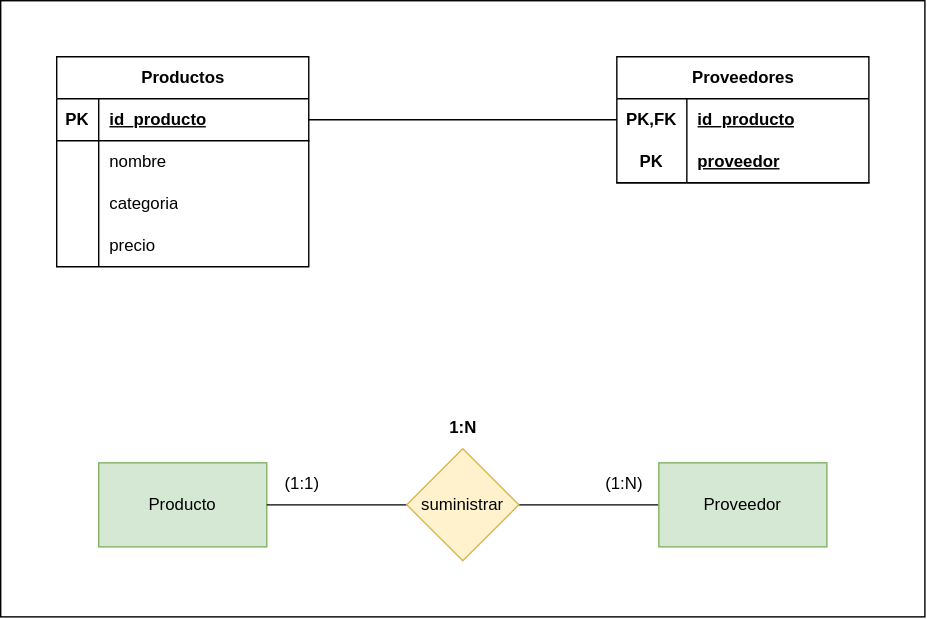
This is DAW/BAE/Unidad-2/Tarea-6/Assets/Diagrams/lista_de_productos.drawio.svg from FJrodafo/University, a draw.io export, as it was before one commit. Source tidied: cells renumbered, new cells last; positions are measured from the earlier drawing's top-left corner, leaving out a move shared by most shapes. Source of this version:
```xml
<mxGraphModel>
  <root>
    <mxCell id="0" />
    <mxCell id="1" parent="0" />
    <mxCell id="2" style="group;" parent="1" vertex="1">
      <mxGeometry width="660" height="440" as="geometry" />
    </mxCell>
    <mxCell id="3" style="rounded=0;whiteSpace=wrap;html=1;" parent="2" vertex="1">
      <mxGeometry width="660" height="440" as="geometry" />
    </mxCell>
    <mxCell id="4" value="Producto" style="rounded=0;whiteSpace=wrap;html=1;fillColor=#d5e8d4;strokeColor=#82b366;" parent="2" vertex="1">
      <mxGeometry x="70" y="330" width="120" height="60" as="geometry" />
    </mxCell>
    <mxCell id="5" style="edgeStyle=orthogonalEdgeStyle;rounded=0;jettySize=auto;html=1;exitX=1;exitY=0.5;exitDx=0;exitDy=0;entryX=0;entryY=0.5;entryDx=0;entryDy=0;endArrow=none;startFill=0;" parent="2" edge="1" source="7" target="8">
      <mxGeometry relative="1" as="geometry" />
    </mxCell>
    <mxCell id="6" style="edgeStyle=orthogonalEdgeStyle;rounded=0;jettySize=auto;html=1;exitX=0;exitY=0.5;exitDx=0;exitDy=0;entryX=1;entryY=0.5;entryDx=0;entryDy=0;endArrow=none;startFill=0;" parent="2" edge="1" source="7" target="4">
      <mxGeometry relative="1" as="geometry" />
    </mxCell>
    <mxCell id="7" value="suministrar" style="rhombus;whiteSpace=wrap;html=1;fillColor=#fff2cc;strokeColor=#d6b656;" parent="2" vertex="1">
      <mxGeometry x="290" y="320" width="80" height="80" as="geometry" />
    </mxCell>
    <mxCell id="8" value="Proveedor" style="rounded=0;whiteSpace=wrap;html=1;fillColor=#d5e8d4;strokeColor=#82b366;" parent="2" vertex="1">
      <mxGeometry x="470" y="330" width="120" height="60" as="geometry" />
    </mxCell>
    <mxCell id="9" value="Productos" style="shape=table;startSize=30;rowLines=0;fontStyle=1;align=center;html=1;" parent="2" vertex="1">
      <mxGeometry x="40" y="40" width="180" height="150" as="geometry" />
    </mxCell>
    <mxCell id="10" style="shape=tableRow;horizontal=0;startSize=0;swimlaneHead=0;swimlaneBody=0;fillColor=none;points=[[0,0.5],[1,0.5]];portConstraint=eastwest;top=0;left=0;right=0;bottom=1;" parent="9" vertex="1">
      <mxGeometry y="30" width="180" height="30" as="geometry" />
    </mxCell>
    <mxCell id="11" value="PK" style="shape=partialRectangle;fillColor=none;top=0;left=0;bottom=0;right=0;fontStyle=1;overflow=hidden;whiteSpace=wrap;html=1;" parent="10" vertex="1">
      <mxGeometry width="30" height="30" as="geometry" />
    </mxCell>
    <mxCell id="12" value="id_producto" style="shape=partialRectangle;fillColor=none;top=0;left=0;bottom=0;right=0;align=left;spacingLeft=6;fontStyle=5;overflow=hidden;whiteSpace=wrap;html=1;" parent="10" vertex="1">
      <mxGeometry x="30" width="150" height="30" as="geometry" />
    </mxCell>
    <mxCell id="13" style="shape=tableRow;horizontal=0;startSize=0;swimlaneHead=0;swimlaneBody=0;fillColor=none;top=0;left=0;right=0;bottom=0;" parent="9" vertex="1">
      <mxGeometry y="60" width="180" height="30" as="geometry" />
    </mxCell>
    <mxCell id="14" style="shape=partialRectangle;fillColor=none;top=0;left=0;bottom=0;right=0;overflow=hidden;whiteSpace=wrap;html=1;" parent="13" vertex="1">
      <mxGeometry width="30" height="30" as="geometry" />
    </mxCell>
    <mxCell id="15" value="nombre" style="shape=partialRectangle;fillColor=none;top=0;left=0;bottom=0;right=0;align=left;spacingLeft=6;overflow=hidden;whiteSpace=wrap;html=1;" parent="13" vertex="1">
      <mxGeometry x="30" width="150" height="30" as="geometry" />
    </mxCell>
    <mxCell id="16" style="shape=tableRow;horizontal=0;startSize=0;swimlaneHead=0;swimlaneBody=0;fillColor=none;top=0;left=0;right=0;bottom=0;" parent="9" vertex="1">
      <mxGeometry y="90" width="180" height="30" as="geometry" />
    </mxCell>
    <mxCell id="17" style="shape=partialRectangle;fillColor=none;top=0;left=0;bottom=0;right=0;overflow=hidden;whiteSpace=wrap;html=1;" parent="16" vertex="1">
      <mxGeometry width="30" height="30" as="geometry" />
    </mxCell>
    <mxCell id="18" value="categoria" style="shape=partialRectangle;fillColor=none;top=0;left=0;bottom=0;right=0;align=left;spacingLeft=6;overflow=hidden;whiteSpace=wrap;html=1;" parent="16" vertex="1">
      <mxGeometry x="30" width="150" height="30" as="geometry" />
    </mxCell>
    <mxCell id="19" style="shape=tableRow;horizontal=0;startSize=0;swimlaneHead=0;swimlaneBody=0;fillColor=none;top=0;left=0;right=0;bottom=0;" parent="9" vertex="1">
      <mxGeometry y="120" width="180" height="30" as="geometry" />
    </mxCell>
    <mxCell id="20" style="shape=partialRectangle;fillColor=none;top=0;left=0;bottom=0;right=0;overflow=hidden;whiteSpace=wrap;html=1;" parent="19" vertex="1">
      <mxGeometry width="30" height="30" as="geometry" />
    </mxCell>
    <mxCell id="21" value="precio" style="shape=partialRectangle;fillColor=none;top=0;left=0;bottom=0;right=0;align=left;spacingLeft=6;overflow=hidden;whiteSpace=wrap;html=1;" parent="19" vertex="1">
      <mxGeometry x="30" width="150" height="30" as="geometry" />
    </mxCell>
    <mxCell id="22" value="Proveedores" style="shape=table;startSize=30;rowLines=0;fontStyle=1;align=center;html=1;" parent="2" vertex="1">
      <mxGeometry x="440" y="40" width="180" height="90" as="geometry" />
    </mxCell>
    <mxCell id="23" style="shape=tableRow;horizontal=0;startSize=0;swimlaneHead=0;swimlaneBody=0;fillColor=none;points=[[0,0.5],[1,0.5]];portConstraint=eastwest;top=0;left=0;right=0;bottom=0;" parent="22" vertex="1">
      <mxGeometry y="30" width="180" height="30" as="geometry" />
    </mxCell>
    <mxCell id="24" value="PK,FK" style="shape=partialRectangle;fillColor=none;top=0;left=0;bottom=0;right=0;fontStyle=1;overflow=hidden;whiteSpace=wrap;html=1;" parent="23" vertex="1">
      <mxGeometry width="50" height="30" as="geometry" />
    </mxCell>
    <mxCell id="25" value="id_producto" style="shape=partialRectangle;fillColor=none;top=0;left=0;bottom=0;right=0;align=left;spacingLeft=6;fontStyle=5;overflow=hidden;whiteSpace=wrap;html=1;" parent="23" vertex="1">
      <mxGeometry x="50" width="130" height="30" as="geometry" />
    </mxCell>
    <mxCell id="26" style="shape=tableRow;horizontal=0;startSize=0;swimlaneHead=0;swimlaneBody=0;fillColor=none;points=[[0,0.5],[1,0.5]];portConstraint=eastwest;top=0;left=0;right=0;bottom=1;" parent="22" vertex="1">
      <mxGeometry y="60" width="180" height="30" as="geometry" />
    </mxCell>
    <mxCell id="27" value="PK" style="shape=partialRectangle;fillColor=none;top=0;left=0;bottom=0;right=0;fontStyle=1;overflow=hidden;whiteSpace=wrap;html=1;" parent="26" vertex="1">
      <mxGeometry width="50" height="30" as="geometry" />
    </mxCell>
    <mxCell id="28" value="proveedor" style="shape=partialRectangle;fillColor=none;top=0;left=0;bottom=0;right=0;align=left;spacingLeft=6;fontStyle=5;overflow=hidden;whiteSpace=wrap;html=1;" parent="26" vertex="1">
      <mxGeometry x="50" width="130" height="30" as="geometry" />
    </mxCell>
    <mxCell id="29" style="edgeStyle=orthogonalEdgeStyle;rounded=0;jettySize=auto;html=1;exitX=1;exitY=0.5;exitDx=0;exitDy=0;entryX=0;entryY=0.5;entryDx=0;entryDy=0;endArrow=none;startFill=0;" parent="2" edge="1" source="10" target="23">
      <mxGeometry relative="1" as="geometry" />
    </mxCell>
    <mxCell id="30" value="(1:N)" style="text;html=1;align=center;verticalAlign=middle;strokeColor=none;fillColor=none;" parent="2" vertex="1">
      <mxGeometry x="420" y="330" width="50" height="30" as="geometry" />
    </mxCell>
    <mxCell id="31" value="(1:1)" style="text;html=1;align=center;verticalAlign=middle;strokeColor=none;fillColor=none;" parent="2" vertex="1">
      <mxGeometry x="190" y="330" width="50" height="30" as="geometry" />
    </mxCell>
    <mxCell id="32" value="1:N" style="text;html=1;align=center;verticalAlign=middle;strokeColor=none;fillColor=none;fontStyle=1;" parent="2" vertex="1">
      <mxGeometry x="310" y="290" width="40" height="30" as="geometry" />
    </mxCell>
  </root>
</mxGraphModel>
```
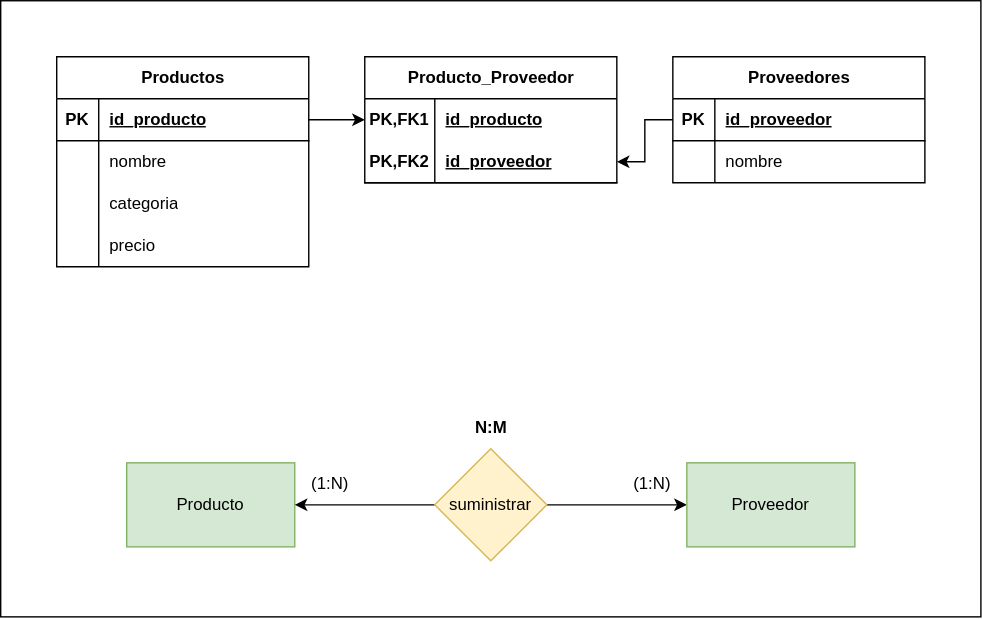
Later version of the same file.

Change to the diagram source:
```diff
@@ -2,28 +2,28 @@
   <root>
     <mxCell id="0" />
     <mxCell id="1" parent="0" />
-    <mxCell id="2" style="group;" parent="1" vertex="1">
-      <mxGeometry width="660" height="440" as="geometry" />
-    </mxCell>
-    <mxCell id="3" style="rounded=0;whiteSpace=wrap;html=1;" parent="2" vertex="1">
-      <mxGeometry width="660" height="440" as="geometry" />
-    </mxCell>
+    <mxCell id="33" style="group;" parent="1" vertex="1">
+      <mxGeometry width="700" height="440" as="geometry" />
+    </mxCell>
+    <mxCell id="34" style="rounded=0;whiteSpace=wrap;html=1;" parent="33" vertex="1">
+      <mxGeometry width="700" height="440" as="geometry" />
+    </mxCell>
-    <mxCell id="4" value="Producto" style="rounded=0;whiteSpace=wrap;html=1;fillColor=#d5e8d4;strokeColor=#82b366;" parent="2" vertex="1">
-      <mxGeometry x="70" y="330" width="120" height="60" as="geometry" />
+    <mxCell id="4" value="Producto" style="rounded=0;whiteSpace=wrap;html=1;fillColor=#d5e8d4;strokeColor=#82b366;" parent="33" vertex="1">
+      <mxGeometry x="90" y="330" width="120" height="60" as="geometry" />
     </mxCell>
+    <mxCell id="6" style="edgeStyle=orthogonalEdgeStyle;rounded=0;jettySize=auto;html=1;exitX=0;exitY=0.5;exitDx=0;exitDy=0;entryX=1;entryY=0.5;entryDx=0;entryDy=0;" parent="33" edge="1" source="7" target="4">
+      <mxGeometry relative="1" as="geometry" />
+    </mxCell>
-    <mxCell id="5" style="edgeStyle=orthogonalEdgeStyle;rounded=0;jettySize=auto;html=1;exitX=1;exitY=0.5;exitDx=0;exitDy=0;entryX=0;entryY=0.5;entryDx=0;entryDy=0;endArrow=none;startFill=0;" parent="2" edge="1" source="7" target="8">
+    <mxCell id="5" style="edgeStyle=orthogonalEdgeStyle;rounded=0;jettySize=auto;html=1;exitX=1;exitY=0.5;exitDx=0;exitDy=0;entryX=0;entryY=0.5;entryDx=0;entryDy=0;" parent="33" edge="1" source="7" target="8">
       <mxGeometry relative="1" as="geometry" />
     </mxCell>
-    <mxCell id="6" style="edgeStyle=orthogonalEdgeStyle;rounded=0;jettySize=auto;html=1;exitX=0;exitY=0.5;exitDx=0;exitDy=0;entryX=1;entryY=0.5;entryDx=0;entryDy=0;endArrow=none;startFill=0;" parent="2" edge="1" source="7" target="4">
-      <mxGeometry relative="1" as="geometry" />
-    </mxCell>
-    <mxCell id="7" value="suministrar" style="rhombus;whiteSpace=wrap;html=1;fillColor=#fff2cc;strokeColor=#d6b656;" parent="2" vertex="1">
-      <mxGeometry x="290" y="320" width="80" height="80" as="geometry" />
+    <mxCell id="7" value="suministrar" style="rhombus;whiteSpace=wrap;html=1;fillColor=#fff2cc;strokeColor=#d6b656;" parent="33" vertex="1">
+      <mxGeometry x="310" y="320" width="80" height="80" as="geometry" />
     </mxCell>
-    <mxCell id="8" value="Proveedor" style="rounded=0;whiteSpace=wrap;html=1;fillColor=#d5e8d4;strokeColor=#82b366;" parent="2" vertex="1">
-      <mxGeometry x="470" y="330" width="120" height="60" as="geometry" />
+    <mxCell id="8" value="Proveedor" style="rounded=0;whiteSpace=wrap;html=1;fillColor=#d5e8d4;strokeColor=#82b366;" parent="33" vertex="1">
+      <mxGeometry x="490" y="330" width="120" height="60" as="geometry" />
     </mxCell>
-    <mxCell id="9" value="Productos" style="shape=table;startSize=30;rowLines=0;fontStyle=1;align=center;html=1;" parent="2" vertex="1">
+    <mxCell id="9" value="Productos" style="shape=table;startSize=30;rowLines=0;fontStyle=1;align=center;html=1;" parent="33" vertex="1">
       <mxGeometry x="40" y="40" width="180" height="150" as="geometry" />
     </mxCell>
     <mxCell id="10" style="shape=tableRow;horizontal=0;startSize=0;swimlaneHead=0;swimlaneBody=0;fillColor=none;points=[[0,0.5],[1,0.5]];portConstraint=eastwest;top=0;left=0;right=0;bottom=1;" parent="9" vertex="1">
@@ -62,38 +62,62 @@
     <mxCell id="21" value="precio" style="shape=partialRectangle;fillColor=none;top=0;left=0;bottom=0;right=0;align=left;spacingLeft=6;overflow=hidden;whiteSpace=wrap;html=1;" parent="19" vertex="1">
       <mxGeometry x="30" width="150" height="30" as="geometry" />
     </mxCell>
-    <mxCell id="22" value="Proveedores" style="shape=table;startSize=30;rowLines=0;fontStyle=1;align=center;html=1;" parent="2" vertex="1">
-      <mxGeometry x="440" y="40" width="180" height="90" as="geometry" />
-    </mxCell>
-    <mxCell id="23" style="shape=tableRow;horizontal=0;startSize=0;swimlaneHead=0;swimlaneBody=0;fillColor=none;points=[[0,0.5],[1,0.5]];portConstraint=eastwest;top=0;left=0;right=0;bottom=0;" parent="22" vertex="1">
-      <mxGeometry y="30" width="180" height="30" as="geometry" />
-    </mxCell>
-    <mxCell id="24" value="PK,FK" style="shape=partialRectangle;fillColor=none;top=0;left=0;bottom=0;right=0;fontStyle=1;overflow=hidden;whiteSpace=wrap;html=1;" parent="23" vertex="1">
-      <mxGeometry width="50" height="30" as="geometry" />
-    </mxCell>
-    <mxCell id="25" value="id_producto" style="shape=partialRectangle;fillColor=none;top=0;left=0;bottom=0;right=0;align=left;spacingLeft=6;fontStyle=5;overflow=hidden;whiteSpace=wrap;html=1;" parent="23" vertex="1">
-      <mxGeometry x="50" width="130" height="30" as="geometry" />
-    </mxCell>
-    <mxCell id="26" style="shape=tableRow;horizontal=0;startSize=0;swimlaneHead=0;swimlaneBody=0;fillColor=none;points=[[0,0.5],[1,0.5]];portConstraint=eastwest;top=0;left=0;right=0;bottom=1;" parent="22" vertex="1">
-      <mxGeometry y="60" width="180" height="30" as="geometry" />
-    </mxCell>
-    <mxCell id="27" value="PK" style="shape=partialRectangle;fillColor=none;top=0;left=0;bottom=0;right=0;fontStyle=1;overflow=hidden;whiteSpace=wrap;html=1;" parent="26" vertex="1">
-      <mxGeometry width="50" height="30" as="geometry" />
-    </mxCell>
-    <mxCell id="28" value="proveedor" style="shape=partialRectangle;fillColor=none;top=0;left=0;bottom=0;right=0;align=left;spacingLeft=6;fontStyle=5;overflow=hidden;whiteSpace=wrap;html=1;" parent="26" vertex="1">
-      <mxGeometry x="50" width="130" height="30" as="geometry" />
-    </mxCell>
-    <mxCell id="29" style="edgeStyle=orthogonalEdgeStyle;rounded=0;jettySize=auto;html=1;exitX=1;exitY=0.5;exitDx=0;exitDy=0;entryX=0;entryY=0.5;entryDx=0;entryDy=0;endArrow=none;startFill=0;" parent="2" edge="1" source="10" target="23">
-      <mxGeometry relative="1" as="geometry" />
-    </mxCell>
-    <mxCell id="30" value="(1:N)" style="text;html=1;align=center;verticalAlign=middle;strokeColor=none;fillColor=none;" parent="2" vertex="1">
-      <mxGeometry x="420" y="330" width="50" height="30" as="geometry" />
+    <mxCell id="30" value="(1:N)" style="text;html=1;align=center;verticalAlign=middle;strokeColor=none;fillColor=none;" parent="33" vertex="1">
+      <mxGeometry x="440" y="330" width="50" height="30" as="geometry" />
     </mxCell>
-    <mxCell id="31" value="(1:1)" style="text;html=1;align=center;verticalAlign=middle;strokeColor=none;fillColor=none;" parent="2" vertex="1">
-      <mxGeometry x="190" y="330" width="50" height="30" as="geometry" />
+    <mxCell id="31" value="(1:N)" style="text;html=1;align=center;verticalAlign=middle;strokeColor=none;fillColor=none;" parent="33" vertex="1">
+      <mxGeometry x="210" y="330" width="50" height="30" as="geometry" />
     </mxCell>
-    <mxCell id="32" value="1:N" style="text;html=1;align=center;verticalAlign=middle;strokeColor=none;fillColor=none;fontStyle=1;" parent="2" vertex="1">
-      <mxGeometry x="310" y="290" width="40" height="30" as="geometry" />
+    <mxCell id="32" value="N:M" style="text;html=1;align=center;verticalAlign=middle;strokeColor=none;fillColor=none;fontStyle=1;" parent="33" vertex="1">
+      <mxGeometry x="325" y="290" width="50" height="30" as="geometry" />
     </mxCell>
+    <mxCell id="35" value="Producto_Proveedor" style="shape=table;startSize=30;rowLines=0;fontStyle=1;align=center;html=1;" parent="33" vertex="1">
+      <mxGeometry x="260" y="40" width="180" height="90" as="geometry" />
+    </mxCell>
+    <mxCell id="23" style="shape=tableRow;horizontal=0;startSize=0;swimlaneHead=0;swimlaneBody=0;fillColor=none;points=[[0,0.5],[1,0.5]];portConstraint=eastwest;top=0;left=0;right=0;bottom=0;" parent="35" vertex="1">
+      <mxGeometry y="30" width="180" height="30" as="geometry" />
+    </mxCell>
+    <mxCell id="36" value="PK,FK1" style="shape=partialRectangle;fillColor=none;top=0;left=0;bottom=0;right=0;fontStyle=1;overflow=hidden;whiteSpace=wrap;html=1;" parent="23" vertex="1">
+      <mxGeometry width="50" height="30" as="geometry" />
+    </mxCell>
+    <mxCell id="25" value="id_producto" style="shape=partialRectangle;fillColor=none;top=0;left=0;bottom=0;right=0;align=left;spacingLeft=6;fontStyle=5;overflow=hidden;whiteSpace=wrap;html=1;" parent="23" vertex="1">
+      <mxGeometry x="50" width="130" height="30" as="geometry" />
+    </mxCell>
+    <mxCell id="26" style="shape=tableRow;horizontal=0;startSize=0;swimlaneHead=0;swimlaneBody=0;fillColor=none;points=[[0,0.5],[1,0.5]];portConstraint=eastwest;top=0;left=0;right=0;bottom=1;" parent="35" vertex="1">
+      <mxGeometry y="60" width="180" height="30" as="geometry" />
+    </mxCell>
+    <mxCell id="37" value="PK,FK2" style="shape=partialRectangle;fillColor=none;top=0;left=0;bottom=0;right=0;fontStyle=1;overflow=hidden;whiteSpace=wrap;html=1;" parent="26" vertex="1">
+      <mxGeometry width="50" height="30" as="geometry" />
+    </mxCell>
+    <mxCell id="38" value="id_proveedor" style="shape=partialRectangle;fillColor=none;top=0;left=0;bottom=0;right=0;align=left;spacingLeft=6;fontStyle=5;overflow=hidden;whiteSpace=wrap;html=1;" parent="26" vertex="1">
+      <mxGeometry x="50" width="130" height="30" as="geometry" />
+    </mxCell>
+    <mxCell id="22" value="Proveedores" style="shape=table;startSize=30;rowLines=0;fontStyle=1;align=center;html=1;" parent="33" vertex="1">
+      <mxGeometry x="480" y="40" width="180" height="90" as="geometry" />
+    </mxCell>
+    <mxCell id="39" style="shape=tableRow;horizontal=0;startSize=0;swimlaneHead=0;swimlaneBody=0;fillColor=none;points=[[0,0.5],[1,0.5]];portConstraint=eastwest;top=0;left=0;right=0;bottom=1;" parent="22" vertex="1">
+      <mxGeometry y="30" width="180" height="30" as="geometry" />
+    </mxCell>
+    <mxCell id="27" value="PK" style="shape=partialRectangle;fillColor=none;top=0;left=0;bottom=0;right=0;fontStyle=1;overflow=hidden;whiteSpace=wrap;html=1;" parent="39" vertex="1">
+      <mxGeometry width="30" height="30" as="geometry" />
+    </mxCell>
+    <mxCell id="40" value="id_proveedor" style="shape=partialRectangle;fillColor=none;top=0;left=0;bottom=0;right=0;align=left;spacingLeft=6;fontStyle=5;overflow=hidden;whiteSpace=wrap;html=1;" parent="39" vertex="1">
+      <mxGeometry x="30" width="150" height="30" as="geometry" />
+    </mxCell>
+    <mxCell id="41" style="shape=tableRow;horizontal=0;startSize=0;swimlaneHead=0;swimlaneBody=0;fillColor=none;top=0;left=0;right=0;bottom=0;" parent="22" vertex="1">
+      <mxGeometry y="60" width="180" height="30" as="geometry" />
+    </mxCell>
+    <mxCell id="42" style="shape=partialRectangle;fillColor=none;top=0;left=0;bottom=0;right=0;overflow=hidden;whiteSpace=wrap;html=1;" parent="41" vertex="1">
+      <mxGeometry width="30" height="30" as="geometry" />
+    </mxCell>
+    <mxCell id="43" value="nombre" style="shape=partialRectangle;fillColor=none;top=0;left=0;bottom=0;right=0;align=left;spacingLeft=6;overflow=hidden;whiteSpace=wrap;html=1;" parent="41" vertex="1">
+      <mxGeometry x="30" width="150" height="30" as="geometry" />
+    </mxCell>
+    <mxCell id="44" style="edgeStyle=orthogonalEdgeStyle;rounded=0;jettySize=auto;html=1;exitX=0;exitY=0.5;exitDx=0;exitDy=0;entryX=1;entryY=0.5;entryDx=0;entryDy=0;" parent="33" edge="1" source="39" target="26">
+      <mxGeometry relative="1" as="geometry" />
+    </mxCell>
+    <mxCell id="29" style="edgeStyle=orthogonalEdgeStyle;rounded=0;jettySize=auto;html=1;exitX=1;exitY=0.5;exitDx=0;exitDy=0;entryX=0;entryY=0.5;entryDx=0;entryDy=0;" parent="33" edge="1" source="10" target="23">
+      <mxGeometry relative="1" as="geometry" />
+    </mxCell>
   </root>
 </mxGraphModel>
```
